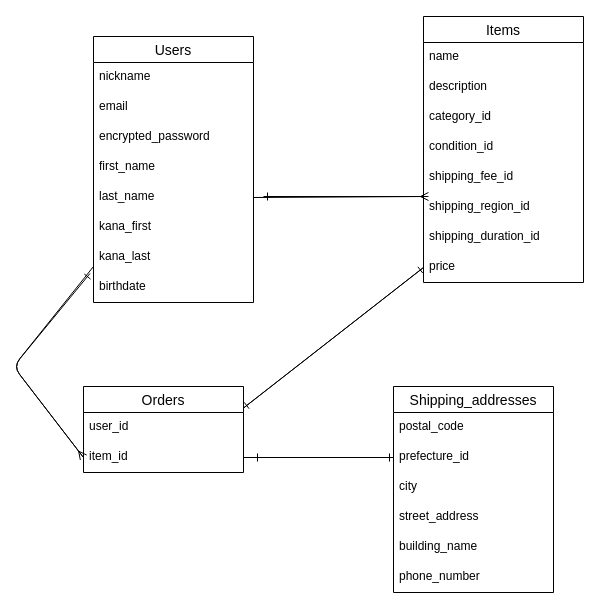
zundokon/furima-39618 keeps this draw.io diagram as er_diagram.dio. Above is the earlier version. Source tidied: cells renumbered, new cells numbered last; positions are measured from the earlier drawing's top-left corner, leaving out a move shared by most shapes. Both pictures are drawn from the tidied source at 100%, with x=0, y=0 at pixel (13, 16).
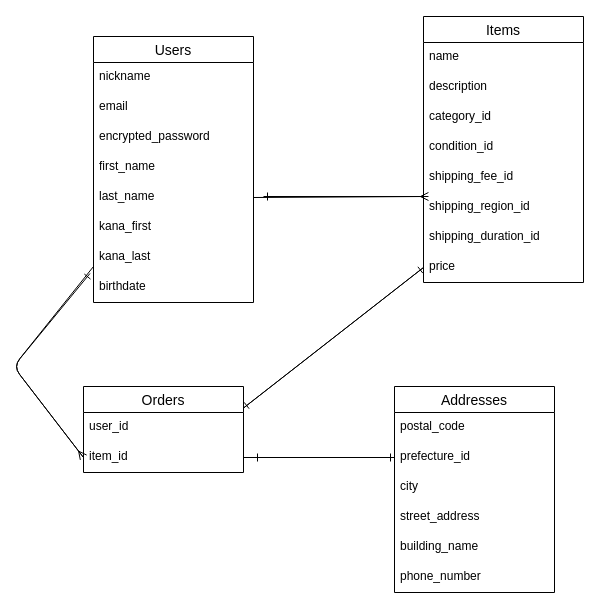
After the change.

Diff of the diagram source:
```diff
@@
-    <mxCell id="24" value="Shipping_addresses" style="swimlane;fontStyle=0;horizontal=1;startSize=26;align=center;fontSize=14;" parent="1" vertex="1">
-      <mxGeometry x="380" y="370" width="160" height="206" as="geometry" />
+    <mxCell id="24" value="Addresses" style="swimlane;fontStyle=0;horizontal=1;startSize=26;align=center;fontSize=14;" parent="1" vertex="1">
+      <mxGeometry x="381" y="370" width="160" height="206" as="geometry" />
     </mxCell>
```
